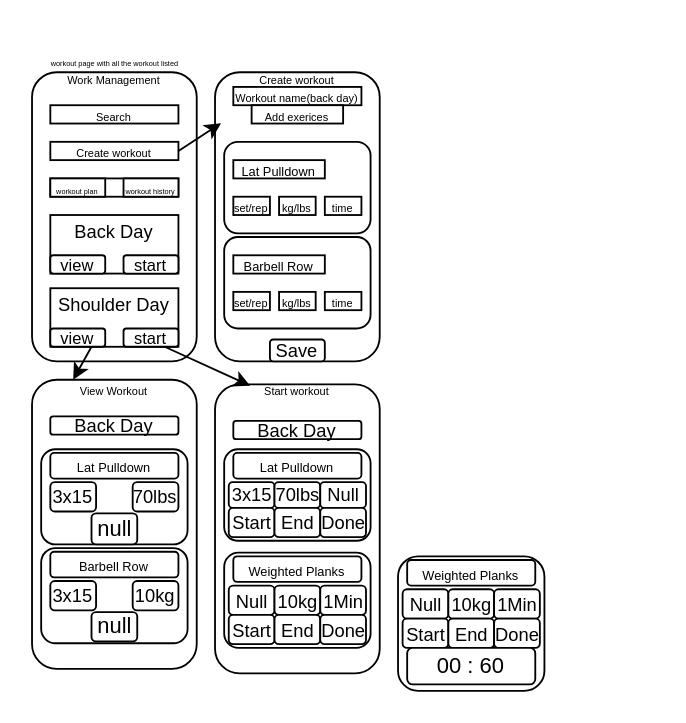
This is Backend/workout_page.drawio from Madannadar/Gym-site, a draw.io file, before an edit. Source tidied: cells renumbered, new cells numbered last; positions are measured from the earlier drawing's top-left corner, leaving out a move shared by most shapes. Both pictures are drawn from the tidied source at 183%, with x=0, y=0 at pixel (31, 31).
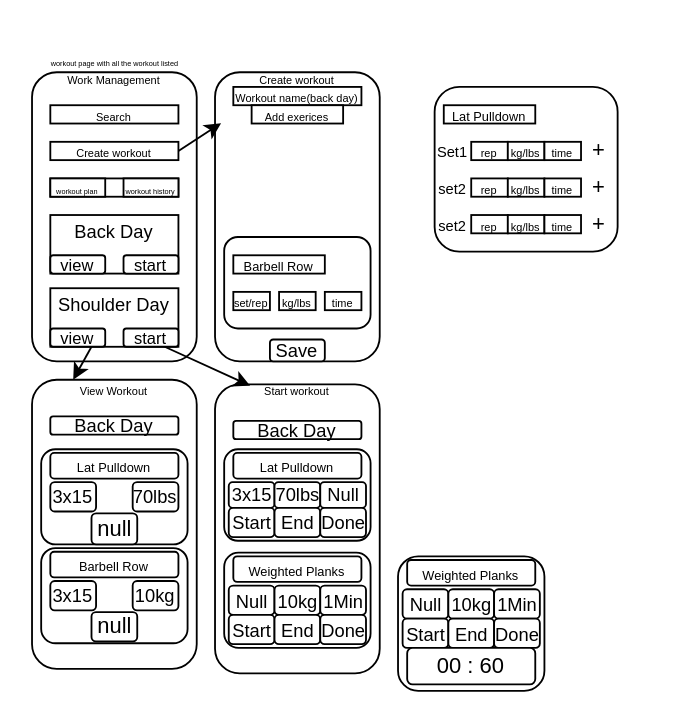
The same page after the edit.

Change to the diagram source:
```diff
@@
     <mxCell id="19" style="rounded=1;whiteSpace=wrap;html=1;" parent="1" vertex="1">
-      <mxGeometry x="105" y="60" width="80" height="50" as="geometry" />
+      <mxGeometry x="220" y="30" width="100" height="90" as="geometry" />
     </mxCell>
     <mxCell id="20" value="&lt;font style=&quot;font-size: 7px;&quot;&gt;Lat Pulldown&lt;/font&gt;" style="rounded=0;whiteSpace=wrap;html=1;" parent="1" vertex="1">
-      <mxGeometry x="110" y="70" width="50" height="10" as="geometry" />
+      <mxGeometry x="225" y="40" width="50" height="10" as="geometry" />
     </mxCell>
-    <mxCell id="21" value="&lt;span style=&quot;font-size: 6px;&quot;&gt;set/rep&lt;/span&gt;" style="rounded=0;whiteSpace=wrap;html=1;" parent="1" vertex="1">
-      <mxGeometry x="110" y="90" width="20" height="10" as="geometry" />
+    <mxCell id="21" value="&lt;span style=&quot;font-size: 6px;&quot;&gt;rep&lt;/span&gt;" style="rounded=0;whiteSpace=wrap;html=1;" parent="1" vertex="1">
+      <mxGeometry x="240" y="60" width="20" height="10" as="geometry" />
     </mxCell>
     <mxCell id="22" value="&lt;span style=&quot;font-size: 6px;&quot;&gt;kg/lbs&lt;/span&gt;" style="rounded=0;whiteSpace=wrap;html=1;" parent="1" vertex="1">
-      <mxGeometry x="135" y="90" width="20" height="10" as="geometry" />
+      <mxGeometry x="260" y="60" width="20" height="10" as="geometry" />
     </mxCell>
     <mxCell id="23" value="&lt;span style=&quot;font-size: 6px;&quot;&gt;time&lt;/span&gt;" style="rounded=0;whiteSpace=wrap;html=1;" parent="1" vertex="1">
-      <mxGeometry x="160" y="90" width="20" height="10" as="geometry" />
+      <mxGeometry x="280" y="60" width="20" height="10" as="geometry" />
     </mxCell>
@@
+    <mxCell id="75" value="&lt;span style=&quot;font-size: 8px;&quot;&gt;Set1&lt;/span&gt;" style="text;html=1;align=center;verticalAlign=middle;whiteSpace=wrap;rounded=0;" parent="1" vertex="1">
+      <mxGeometry x="200" y="50" width="60" height="30" as="geometry" />
+    </mxCell>
+    <mxCell id="76" value="+" style="text;html=1;align=center;verticalAlign=middle;whiteSpace=wrap;rounded=0;" parent="1" vertex="1">
+      <mxGeometry x="280" y="50" width="60" height="30" as="geometry" />
+    </mxCell>
+    <mxCell id="77" value="&lt;span style=&quot;font-size: 6px;&quot;&gt;rep&lt;/span&gt;" style="rounded=0;whiteSpace=wrap;html=1;" parent="1" vertex="1">
+      <mxGeometry x="240" y="80" width="20" height="10" as="geometry" />
+    </mxCell>
+    <mxCell id="78" value="&lt;span style=&quot;font-size: 6px;&quot;&gt;kg/lbs&lt;/span&gt;" style="rounded=0;whiteSpace=wrap;html=1;" parent="1" vertex="1">
+      <mxGeometry x="260" y="80" width="20" height="10" as="geometry" />
+    </mxCell>
+    <mxCell id="79" value="&lt;span style=&quot;font-size: 6px;&quot;&gt;time&lt;/span&gt;" style="rounded=0;whiteSpace=wrap;html=1;" parent="1" vertex="1">
+      <mxGeometry x="280" y="80" width="20" height="10" as="geometry" />
+    </mxCell>
+    <mxCell id="80" value="+" style="text;html=1;align=center;verticalAlign=middle;whiteSpace=wrap;rounded=0;" parent="1" vertex="1">
+      <mxGeometry x="280" y="70" width="60" height="30" as="geometry" />
+    </mxCell>
+    <mxCell id="81" value="&lt;span style=&quot;font-size: 8px;&quot;&gt;set2&lt;/span&gt;" style="text;html=1;align=center;verticalAlign=middle;whiteSpace=wrap;rounded=0;" parent="1" vertex="1">
+      <mxGeometry x="200" y="70" width="60" height="30" as="geometry" />
+    </mxCell>
+    <mxCell id="82" value="&lt;span style=&quot;font-size: 6px;&quot;&gt;rep&lt;/span&gt;" style="rounded=0;whiteSpace=wrap;html=1;" parent="1" vertex="1">
+      <mxGeometry x="240" y="100" width="20" height="10" as="geometry" />
+    </mxCell>
+    <mxCell id="83" value="&lt;span style=&quot;font-size: 6px;&quot;&gt;kg/lbs&lt;/span&gt;" style="rounded=0;whiteSpace=wrap;html=1;" parent="1" vertex="1">
+      <mxGeometry x="260" y="100" width="20" height="10" as="geometry" />
+    </mxCell>
+    <mxCell id="84" value="&lt;span style=&quot;font-size: 6px;&quot;&gt;time&lt;/span&gt;" style="rounded=0;whiteSpace=wrap;html=1;" parent="1" vertex="1">
+      <mxGeometry x="280" y="100" width="20" height="10" as="geometry" />
+    </mxCell>
+    <mxCell id="85" value="+" style="text;html=1;align=center;verticalAlign=middle;whiteSpace=wrap;rounded=0;" parent="1" vertex="1">
+      <mxGeometry x="280" y="90" width="60" height="30" as="geometry" />
+    </mxCell>
+    <mxCell id="86" value="&lt;span style=&quot;font-size: 8px;&quot;&gt;set2&lt;/span&gt;" style="text;html=1;align=center;verticalAlign=middle;whiteSpace=wrap;rounded=0;" parent="1" vertex="1">
+      <mxGeometry x="200" y="90" width="60" height="30" as="geometry" />
+    </mxCell>
```
